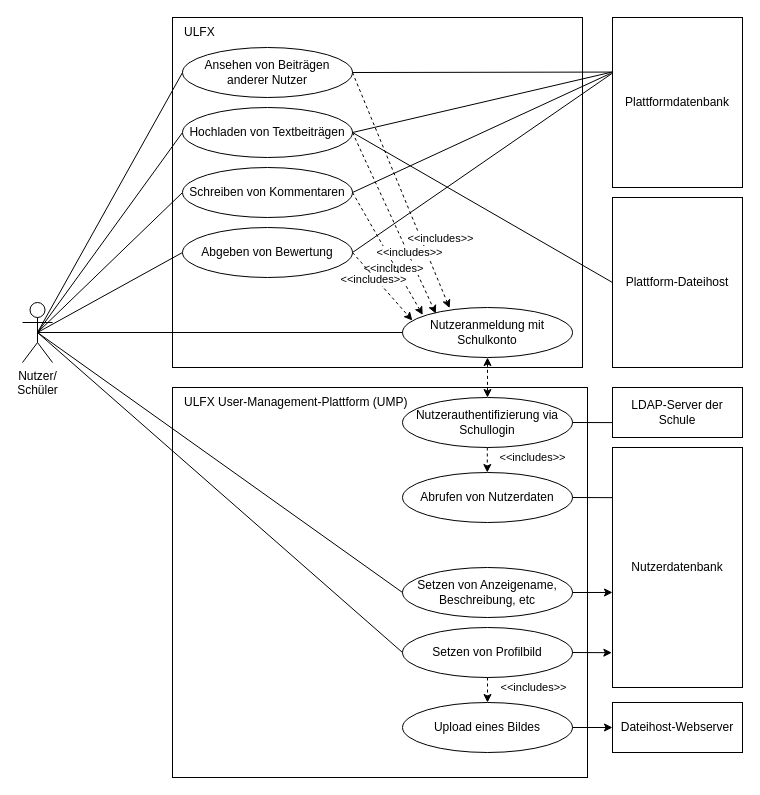
This is docs/mkdocs/docs/figures/Anwendungsfalldiagramm.drawio from LF11-Projekte/ULFX, a draw.io file, before an edit. Source tidied: cells renumbered, new cells numbered last; positions are measured from the earlier drawing's top-left corner, leaving out a move shared by most shapes. Both pictures are drawn from the tidied source at 100%, with x=0, y=0 at pixel (22, 17).
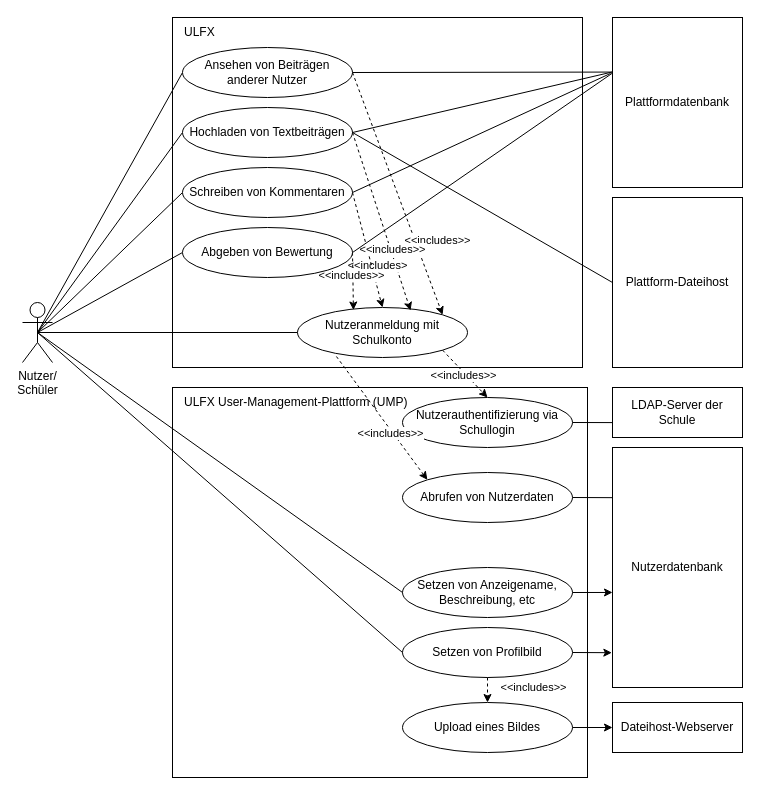
The same diagram, later.

Unchanged cells that the change refers to:
```xml
<mxCell id="24" value="Abrufen von Nutzerdaten" style="ellipse;whiteSpace=wrap;html=1;" parent="1" vertex="1">
  <mxGeometry x="380" y="455" width="170" height="50" as="geometry" />
</mxCell>
<mxCell id="26" value="Ansehen von Beiträgen anderer Nutzer" style="ellipse;whiteSpace=wrap;html=1;" parent="1" vertex="1">
  <mxGeometry x="160" y="30" width="170" height="50" as="geometry" />
</mxCell>
<mxCell id="27" value="Hochladen von Textbeiträgen" style="ellipse;whiteSpace=wrap;html=1;" parent="1" vertex="1">
  <mxGeometry x="160" y="90" width="170" height="50" as="geometry" />
</mxCell>
<mxCell id="28" value="Schreiben von Kommentaren" style="ellipse;whiteSpace=wrap;html=1;" parent="1" vertex="1">
  <mxGeometry x="160" y="150" width="170" height="50" as="geometry" />
</mxCell>
<mxCell id="29" value="Abgeben von Bewertung" style="ellipse;whiteSpace=wrap;html=1;" parent="1" vertex="1">
  <mxGeometry x="160" y="210" width="170" height="50" as="geometry" />
</mxCell>
<mxCell id="44" value="Nutzerauthentifizierung via Schullogin" style="ellipse;whiteSpace=wrap;html=1;" parent="1" vertex="1">
  <mxGeometry x="380" y="380" width="170" height="50" as="geometry" />
</mxCell>
```

Diff of the diagram source:
```diff
@@
     <mxCell id="4" value="Nutzeranmeldung mit Schulkonto" style="ellipse;whiteSpace=wrap;html=1;" parent="1" vertex="1">
-      <mxGeometry x="380" y="290" width="170" height="50" as="geometry" />
+      <mxGeometry x="275" y="290" width="170" height="50" as="geometry" />
     </mxCell>
@@
-    <mxCell id="11" style="endArrow=classic;html=1;rounded=0;exitX=1;exitY=0.5;exitDx=0;exitDy=0;entryX=0.277;entryY=0.012;entryDx=0;entryDy=0;dashed=1;entryPerimeter=0;" parent="1" edge="1" source="26" target="4">
+    <mxCell id="11" style="endArrow=classic;html=1;rounded=0;exitX=1;exitY=0.5;exitDx=0;exitDy=0;entryX=1;entryY=0;entryDx=0;entryDy=0;dashed=1;" parent="1" edge="1" source="26" target="4">
       <mxGeometry relative="1" as="geometry" />
     </mxCell>
@@
-    <mxCell id="13" style="endArrow=classic;html=1;rounded=0;exitX=1;exitY=0.5;exitDx=0;exitDy=0;entryX=0.196;entryY=0.122;entryDx=0;entryDy=0;dashed=1;entryPerimeter=0;" parent="1" edge="1" source="27" target="4">
+    <mxCell id="13" style="endArrow=classic;html=1;rounded=0;exitX=1;exitY=0.5;exitDx=0;exitDy=0;entryX=0.665;entryY=0.06;entryDx=0;entryDy=0;dashed=1;entryPerimeter=0;" parent="1" edge="1" source="27" target="4">
       <mxGeometry relative="1" as="geometry" />
     </mxCell>
@@
-    <mxCell id="15" style="endArrow=classic;html=1;rounded=0;exitX=1;exitY=0.5;exitDx=0;exitDy=0;dashed=1;entryX=0.119;entryY=0.15;entryDx=0;entryDy=0;entryPerimeter=0;" parent="1" edge="1" source="28" target="4">
+    <mxCell id="15" style="endArrow=classic;html=1;rounded=0;exitX=1;exitY=0.5;exitDx=0;exitDy=0;dashed=1;entryX=0.5;entryY=0;entryDx=0;entryDy=0;" parent="1" edge="1" source="28" target="4">
       <mxGeometry relative="1" as="geometry" />
     </mxCell>
@@
-    <mxCell id="17" style="endArrow=classic;html=1;rounded=0;exitX=1;exitY=0.5;exitDx=0;exitDy=0;dashed=1;entryX=0.058;entryY=0.26;entryDx=0;entryDy=0;entryPerimeter=0;" parent="1" edge="1" source="29" target="4">
+    <mxCell id="17" style="endArrow=classic;html=1;rounded=0;exitX=1;exitY=0.5;exitDx=0;exitDy=0;dashed=1;entryX=0.329;entryY=0.05;entryDx=0;entryDy=0;entryPerimeter=0;" parent="1" edge="1" source="29" target="4">
       <mxGeometry relative="1" as="geometry" />
     </mxCell>
@@
-    <mxCell id="45" style="endArrow=classic;html=1;rounded=0;entryX=0.5;entryY=0;entryDx=0;entryDy=0;exitX=0.5;exitY=1;exitDx=0;exitDy=0;endFill=1;startArrow=classic;startFill=1;dashed=1;" parent="1" edge="1" source="4" target="44">
-      <mxGeometry relative="1" as="geometry" />
-    </mxCell>
@@
-    <mxCell id="47" style="endArrow=classic;html=1;rounded=0;exitX=0.5;exitY=1;exitDx=0;exitDy=0;dashed=1;entryX=0.5;entryY=0;entryDx=0;entryDy=0;" parent="1" edge="1">
-      <mxGeometry relative="1" as="geometry">
-        <mxPoint x="464.8" y="430" as="sourcePoint" />
-        <mxPoint x="464.8" y="455" as="targetPoint" />
-      </mxGeometry>
-    </mxCell>
-    <mxCell id="48" value="&amp;lt;&amp;lt;includes&amp;gt;&amp;gt;" style="edgeLabel;html=1;align=center;verticalAlign=middle;" parent="47" vertex="1">
-      <mxGeometry x="-0.25" y="-2" relative="1" as="geometry">
-        <mxPoint x="47" as="offset" />
-      </mxGeometry>
-    </mxCell>
@@
+    <mxCell id="45" style="endArrow=classic;dashed=1;html=1;rounded=0;entryX=0.5;entryY=0;entryDx=0;entryDy=0;exitX=1;exitY=1;exitDx=0;exitDy=0;endFill=1;" parent="1" edge="1" source="4" target="44">
+      <mxGeometry relative="1" as="geometry" />
+    </mxCell>
+    <mxCell id="53" value="&amp;lt;&amp;lt;includes&amp;gt;&amp;gt;" style="edgeLabel;html=1;align=center;verticalAlign=middle;" parent="45" vertex="1">
+      <mxGeometry x="-0.02" y="-2" relative="1" as="geometry" />
+    </mxCell>
+    <mxCell id="54" style="endArrow=none;dashed=1;html=1;rounded=0;entryX=0.229;entryY=0.98;entryDx=0;entryDy=0;exitX=0;exitY=0;exitDx=0;exitDy=0;endFill=0;startArrow=classic;startFill=1;entryPerimeter=0;" parent="1" edge="1" source="24" target="4">
+      <mxGeometry relative="1" as="geometry" />
+    </mxCell>
+    <mxCell id="55" value="&amp;lt;&amp;lt;includes&amp;gt;&amp;gt;" style="edgeLabel;html=1;align=center;verticalAlign=middle;" parent="54" vertex="1">
+      <mxGeometry x="-0.22" y="2" relative="1" as="geometry" />
+    </mxCell>
```
